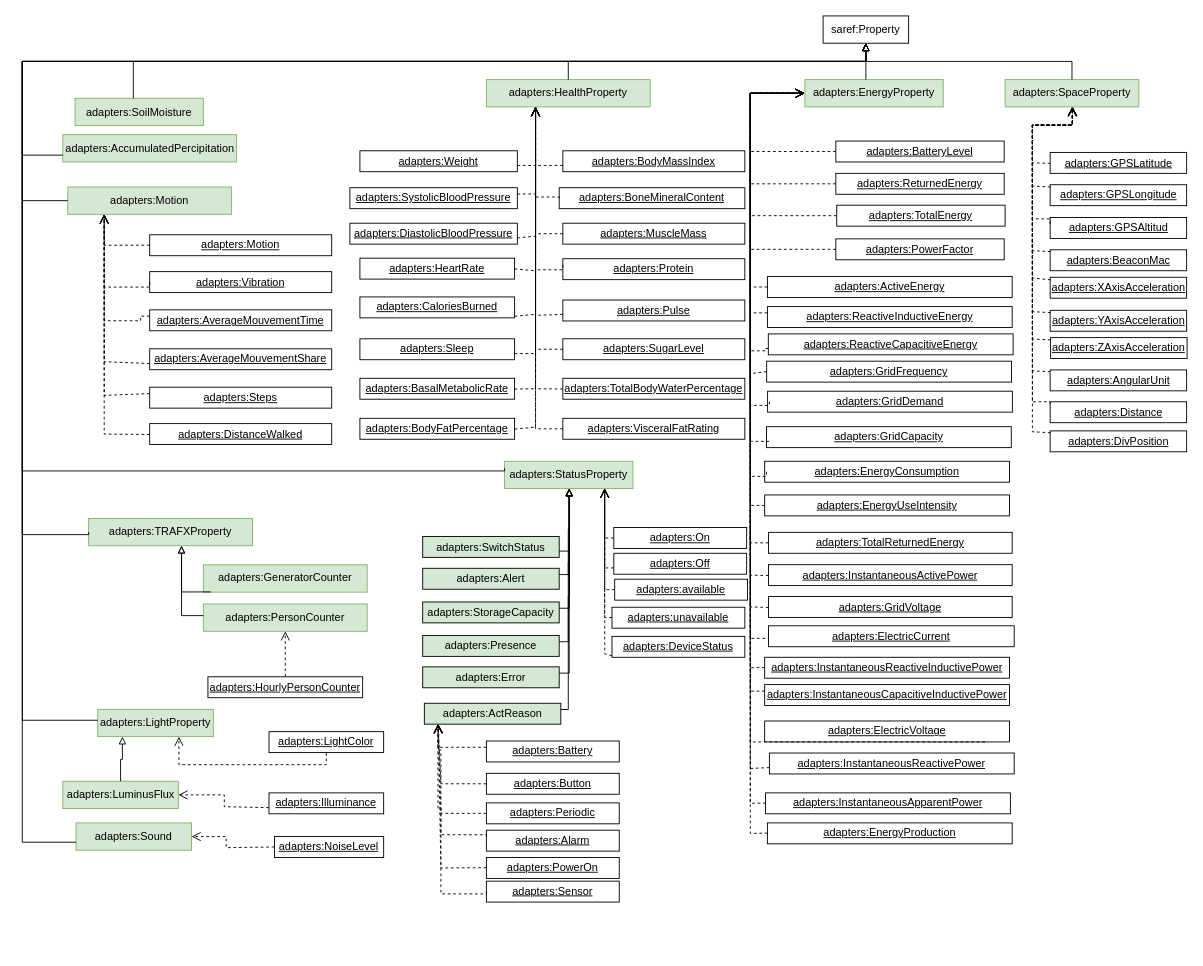
The draw.io diagram Diagrams/properties.drawio in oeg-upm/auroral-adapters-ontology, before the edit. Source tidied: cells renumbered, new cells numbered last; positions are measured from the earlier drawing's top-left corner, leaving out a move shared by most shapes. Both pictures are drawn from the tidied source at 91%, with x=0, y=0 at pixel (22, 15).
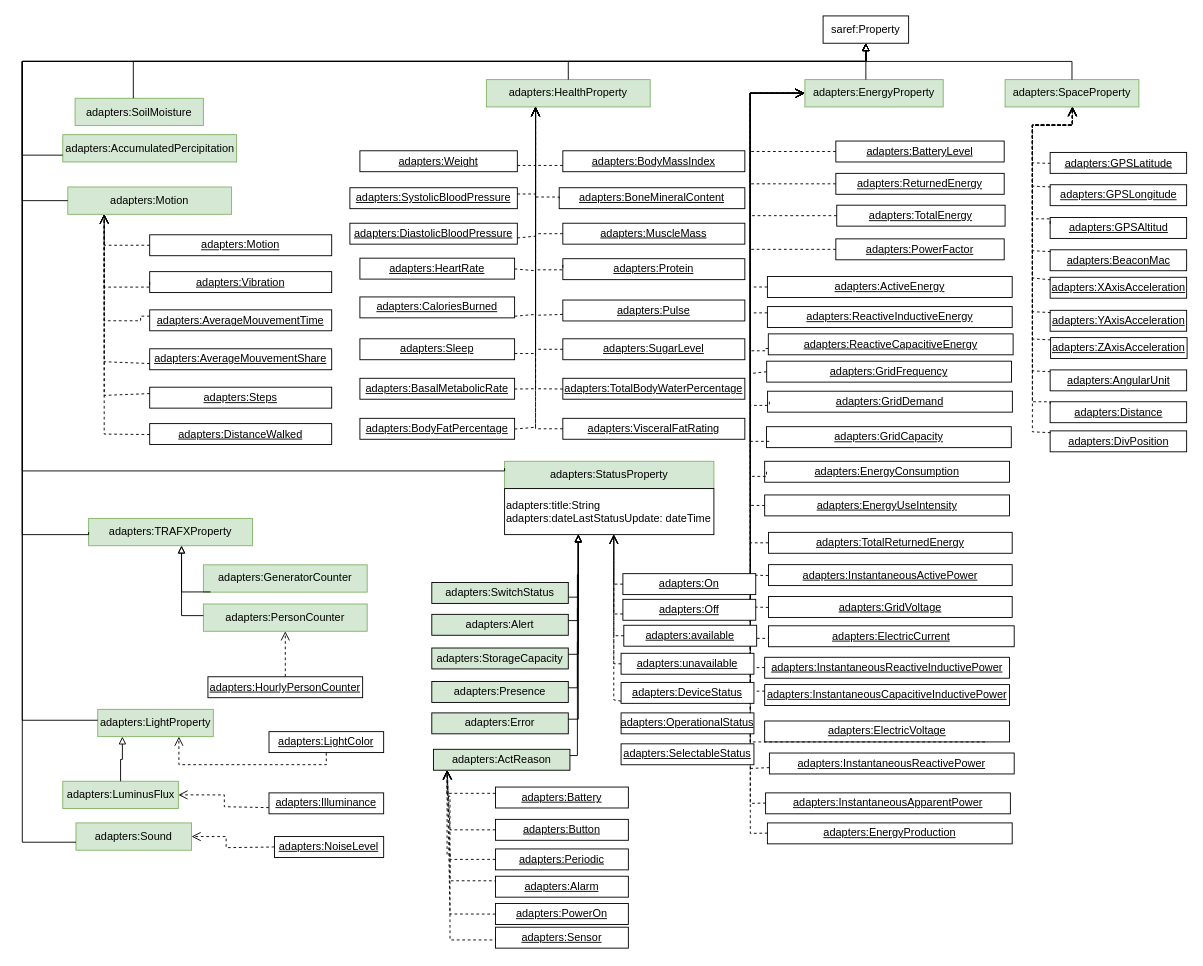
The same page after the edit.

What changed in the source:
```diff
@@
     <mxCell id="6" value="adapters:StatusProperty" style="rounded=0;whiteSpace=wrap;html=1;fillColor=#D5E8D4;strokeColor=#82b366;" parent="1" vertex="1">
-      <mxGeometry x="530" y="489.4" width="141" height="30" as="geometry" />
+      <mxGeometry x="530" y="489.4" width="230" height="30" as="geometry" />
     </mxCell>
@@
     <mxCell id="104" value="adapters:SwitchStatus" style="rounded=0;whiteSpace=wrap;html=1;snapToPoint=1;points=[[0.1,0],[0.2,0],[0.3,0],[0.4,0],[0.5,0],[0.6,0],[0.7,0],[0.8,0],[0.9,0],[0,0.1],[0,0.3],[0,0.5],[0,0.7],[0,0.9],[0.1,1],[0.2,1],[0.3,1],[0.4,1],[0.5,1],[0.6,1],[0.7,1],[0.8,1],[0.9,1],[1,0.1],[1,0.3],[1,0.5],[1,0.7],[1,0.9]];fillColor=#D5E8D4;" parent="1" vertex="1">
-      <mxGeometry x="440" y="572" width="150" height="23" as="geometry" />
+      <mxGeometry x="450" y="622.6" width="150" height="23" as="geometry" />
     </mxCell>
     <mxCell id="105" value="adapters:Alert" style="rounded=0;whiteSpace=wrap;html=1;snapToPoint=1;points=[[0.1,0],[0.2,0],[0.3,0],[0.4,0],[0.5,0],[0.6,0],[0.7,0],[0.8,0],[0.9,0],[0,0.1],[0,0.3],[0,0.5],[0,0.7],[0,0.9],[0.1,1],[0.2,1],[0.3,1],[0.4,1],[0.5,1],[0.6,1],[0.7,1],[0.8,1],[0.9,1],[1,0.1],[1,0.3],[1,0.5],[1,0.7],[1,0.9]];fillColor=#D5E8D4;" parent="1" vertex="1">
-      <mxGeometry x="440" y="607" width="150" height="23" as="geometry" />
+      <mxGeometry x="450" y="657.6" width="150" height="23" as="geometry" />
     </mxCell>
     <mxCell id="106" value="adapters:StorageCapacity" style="rounded=0;whiteSpace=wrap;html=1;snapToPoint=1;points=[[0.1,0],[0.2,0],[0.3,0],[0.4,0],[0.5,0],[0.6,0],[0.7,0],[0.8,0],[0.9,0],[0,0.1],[0,0.3],[0,0.5],[0,0.7],[0,0.9],[0.1,1],[0.2,1],[0.3,1],[0.4,1],[0.5,1],[0.6,1],[0.7,1],[0.8,1],[0.9,1],[1,0.1],[1,0.3],[1,0.5],[1,0.7],[1,0.9]];fillColor=#D5E8D4;" parent="1" vertex="1">
-      <mxGeometry x="440" y="644" width="150" height="23" as="geometry" />
+      <mxGeometry x="450" y="694.6" width="150" height="23" as="geometry" />
     </mxCell>
     <mxCell id="107" value="adapters:Presence" style="rounded=0;whiteSpace=wrap;html=1;snapToPoint=1;points=[[0.1,0],[0.2,0],[0.3,0],[0.4,0],[0.5,0],[0.6,0],[0.7,0],[0.8,0],[0.9,0],[0,0.1],[0,0.3],[0,0.5],[0,0.7],[0,0.9],[0.1,1],[0.2,1],[0.3,1],[0.4,1],[0.5,1],[0.6,1],[0.7,1],[0.8,1],[0.9,1],[1,0.1],[1,0.3],[1,0.5],[1,0.7],[1,0.9]];fillColor=#D5E8D4;" parent="1" vertex="1">
-      <mxGeometry x="440" y="680.8" width="150" height="23" as="geometry" />
+      <mxGeometry x="450" y="731.4" width="150" height="23" as="geometry" />
     </mxCell>
-    <mxCell id="108" style="edgeStyle=orthogonalEdgeStyle;rounded=0;jettySize=auto;html=1;fontSize=11;endArrow=block;endFill=0;exitX=1;exitY=0.7;exitDx=0;exitDy=0;" parent="1" edge="1" source="104" target="6">
+    <mxCell id="108" style="edgeStyle=orthogonalEdgeStyle;rounded=0;jettySize=auto;html=1;fontSize=11;endArrow=block;endFill=0;exitX=1;exitY=0.7;exitDx=0;exitDy=0;" parent="1" edge="1" source="104">
       <mxGeometry relative="1" as="geometry">
+        <mxPoint x="611" y="570" as="targetPoint" />
         <Array as="points">
-          <mxPoint x="601" y="588.4" />
+          <mxPoint x="611" y="639" />
         </Array>
       </mxGeometry>
     </mxCell>
-    <mxCell id="109" style="edgeStyle=orthogonalEdgeStyle;rounded=0;jettySize=auto;html=1;fontSize=11;endArrow=block;endFill=0;exitX=1;exitY=0.3;exitDx=0;exitDy=0;" parent="1" edge="1" source="105" target="6">
+    <mxCell id="109" style="edgeStyle=orthogonalEdgeStyle;rounded=0;jettySize=auto;html=1;fontSize=11;endArrow=block;endFill=0;exitX=1;exitY=0.3;exitDx=0;exitDy=0;" parent="1" edge="1" source="105">
       <mxGeometry relative="1" as="geometry">
+        <mxPoint x="611" y="570" as="targetPoint" />
         <Array as="points">
-          <mxPoint x="600" y="614.4" />
-          <mxPoint x="600" y="563.4" />
-          <mxPoint x="601" y="563.4" />
+          <mxPoint x="610" y="665" />
+          <mxPoint x="610" y="614" />
+          <mxPoint x="611" y="614" />
         </Array>
       </mxGeometry>
     </mxCell>
-    <mxCell id="110" style="edgeStyle=orthogonalEdgeStyle;rounded=0;jettySize=auto;html=1;fontSize=11;endArrow=block;endFill=0;exitX=1;exitY=0.3;exitDx=0;exitDy=0;" parent="1" edge="1" source="106" target="6">
+    <mxCell id="110" style="edgeStyle=orthogonalEdgeStyle;rounded=0;jettySize=auto;html=1;fontSize=11;endArrow=block;endFill=0;exitX=1;exitY=0.3;exitDx=0;exitDy=0;" parent="1" edge="1" source="106">
       <mxGeometry relative="1" as="geometry">
+        <mxPoint x="611" y="570" as="targetPoint" />
         <Array as="points">
-          <mxPoint x="601" y="651.4" />
+          <mxPoint x="611" y="702" />
         </Array>
       </mxGeometry>
     </mxCell>
-    <mxCell id="111" style="edgeStyle=orthogonalEdgeStyle;rounded=0;jettySize=auto;html=1;fontSize=11;endArrow=block;endFill=0;exitX=1;exitY=0.3;exitDx=0;exitDy=0;" parent="1" edge="1" source="107" target="6">
+    <mxCell id="111" style="edgeStyle=orthogonalEdgeStyle;rounded=0;jettySize=auto;html=1;fontSize=11;endArrow=block;endFill=0;exitX=1;exitY=0.3;exitDx=0;exitDy=0;" parent="1" edge="1" source="107">
       <mxGeometry relative="1" as="geometry">
+        <mxPoint x="611" y="570" as="targetPoint" />
         <Array as="points">
-          <mxPoint x="600" y="687.4" />
-          <mxPoint x="600" y="600.4" />
-          <mxPoint x="601" y="600.4" />
+          <mxPoint x="610" y="738" />
+          <mxPoint x="610" y="651" />
+          <mxPoint x="611" y="651" />
         </Array>
       </mxGeometry>
     </mxCell>
     <mxCell id="112" value="adapters:Error" style="rounded=0;whiteSpace=wrap;html=1;snapToPoint=1;points=[[0.1,0],[0.2,0],[0.3,0],[0.4,0],[0.5,0],[0.6,0],[0.7,0],[0.8,0],[0.9,0],[0,0.1],[0,0.3],[0,0.5],[0,0.7],[0,0.9],[0.1,1],[0.2,1],[0.3,1],[0.4,1],[0.5,1],[0.6,1],[0.7,1],[0.8,1],[0.9,1],[1,0.1],[1,0.3],[1,0.5],[1,0.7],[1,0.9]];fillColor=#D5E8D4;" parent="1" vertex="1">
-      <mxGeometry x="440" y="715.3" width="150" height="23" as="geometry" />
+      <mxGeometry x="450" y="765.9" width="150" height="23" as="geometry" />
     </mxCell>
-    <mxCell id="113" style="edgeStyle=orthogonalEdgeStyle;rounded=0;jettySize=auto;html=1;fontSize=11;endArrow=block;endFill=0;exitX=1;exitY=0.3;exitDx=0;exitDy=0;" parent="1" edge="1" source="112" target="6">
+    <mxCell id="113" style="edgeStyle=orthogonalEdgeStyle;rounded=0;jettySize=auto;html=1;fontSize=11;endArrow=block;endFill=0;exitX=1;exitY=0.3;exitDx=0;exitDy=0;" parent="1" edge="1" source="112">
       <mxGeometry relative="1" as="geometry">
+        <mxPoint x="611" y="570" as="targetPoint" />
         <Array as="points">
-          <mxPoint x="601" y="722.4" />
+          <mxPoint x="611" y="773" />
         </Array>
       </mxGeometry>
     </mxCell>
     <mxCell id="114" value="adapters:ActReason" style="rounded=0;whiteSpace=wrap;html=1;snapToPoint=1;points=[[0.1,0],[0.2,0],[0.3,0],[0.4,0],[0.5,0],[0.6,0],[0.7,0],[0.8,0],[0.9,0],[0,0.1],[0,0.3],[0,0.5],[0,0.7],[0,0.9],[0.1,1],[0.2,1],[0.3,1],[0.4,1],[0.5,1],[0.6,1],[0.7,1],[0.8,1],[0.9,1],[1,0.1],[1,0.3],[1,0.5],[1,0.7],[1,0.9]];fillColor=#D5E8D4;" parent="1" vertex="1">
-      <mxGeometry x="441.8" y="755.3" width="150" height="23" as="geometry" />
+      <mxGeometry x="451.8" y="805.9" width="150" height="23" as="geometry" />
     </mxCell>
-    <mxCell id="115" style="edgeStyle=orthogonalEdgeStyle;rounded=0;jettySize=auto;html=1;fontSize=11;endArrow=block;endFill=0;exitX=1;exitY=0.3;exitDx=0;exitDy=0;" parent="1" edge="1" source="114" target="6">
+    <mxCell id="115" style="edgeStyle=orthogonalEdgeStyle;rounded=0;jettySize=auto;html=1;fontSize=11;endArrow=block;endFill=0;exitX=1;exitY=0.3;exitDx=0;exitDy=0;" parent="1" edge="1" source="114">
       <mxGeometry relative="1" as="geometry">
+        <mxPoint x="611" y="570" as="targetPoint" />
         <Array as="points">
-          <mxPoint x="600" y="762.4" />
-          <mxPoint x="600" y="637.4" />
-          <mxPoint x="601" y="637.4" />
+          <mxPoint x="610" y="813" />
+          <mxPoint x="610" y="688" />
+          <mxPoint x="611" y="688" />
         </Array>
       </mxGeometry>
     </mxCell>
     <mxCell id="116" value="&lt;u&gt;adapters:Battery&lt;/u&gt;" style="rounded=0;whiteSpace=wrap;html=1;snapToPoint=1;points=[[0.1,0],[0.2,0],[0.3,0],[0.4,0],[0.5,0],[0.6,0],[0.7,0],[0.8,0],[0.9,0],[0,0.1],[0,0.3],[0,0.5],[0,0.7],[0,0.9],[0.1,1],[0.2,1],[0.3,1],[0.4,1],[0.5,1],[0.6,1],[0.7,1],[0.8,1],[0.9,1],[1,0.1],[1,0.3],[1,0.5],[1,0.7],[1,0.9]];" parent="1" vertex="1">
-      <mxGeometry x="510" y="796.8" width="146" height="23" as="geometry" />
+      <mxGeometry x="520" y="847.4" width="146" height="23" as="geometry" />
     </mxCell>
     <mxCell id="117" value="&lt;u&gt;adapters:Button&lt;/u&gt;" style="rounded=0;whiteSpace=wrap;html=1;snapToPoint=1;points=[[0.1,0],[0.2,0],[0.3,0],[0.4,0],[0.5,0],[0.6,0],[0.7,0],[0.8,0],[0.9,0],[0,0.1],[0,0.3],[0,0.5],[0,0.7],[0,0.9],[0.1,1],[0.2,1],[0.3,1],[0.4,1],[0.5,1],[0.6,1],[0.7,1],[0.8,1],[0.9,1],[1,0.1],[1,0.3],[1,0.5],[1,0.7],[1,0.9]];" parent="1" vertex="1">
-      <mxGeometry x="510" y="832.3" width="146" height="23" as="geometry" />
+      <mxGeometry x="520" y="882.9" width="146" height="23" as="geometry" />
     </mxCell>
     <mxCell id="118" value="&lt;u&gt;adapters:Periodic&lt;/u&gt;" style="rounded=0;whiteSpace=wrap;html=1;snapToPoint=1;points=[[0.1,0],[0.2,0],[0.3,0],[0.4,0],[0.5,0],[0.6,0],[0.7,0],[0.8,0],[0.9,0],[0,0.1],[0,0.3],[0,0.5],[0,0.7],[0,0.9],[0.1,1],[0.2,1],[0.3,1],[0.4,1],[0.5,1],[0.6,1],[0.7,1],[0.8,1],[0.9,1],[1,0.1],[1,0.3],[1,0.5],[1,0.7],[1,0.9]];" parent="1" vertex="1">
-      <mxGeometry x="510" y="864.8" width="146" height="23" as="geometry" />
+      <mxGeometry x="520" y="915.4" width="146" height="23" as="geometry" />
     </mxCell>
     <mxCell id="119" value="&lt;u&gt;adapters:Alarm&lt;/u&gt;" style="rounded=0;whiteSpace=wrap;html=1;snapToPoint=1;points=[[0.1,0],[0.2,0],[0.3,0],[0.4,0],[0.5,0],[0.6,0],[0.7,0],[0.8,0],[0.9,0],[0,0.1],[0,0.3],[0,0.5],[0,0.7],[0,0.9],[0.1,1],[0.2,1],[0.3,1],[0.4,1],[0.5,1],[0.6,1],[0.7,1],[0.8,1],[0.9,1],[1,0.1],[1,0.3],[1,0.5],[1,0.7],[1,0.9]];" parent="1" vertex="1">
-      <mxGeometry x="510" y="894.8" width="146" height="23" as="geometry" />
+      <mxGeometry x="520" y="945.4" width="146" height="23" as="geometry" />
     </mxCell>
     <mxCell id="120" value="&lt;u&gt;adapters:PowerOn&lt;/u&gt;" style="rounded=0;whiteSpace=wrap;html=1;snapToPoint=1;points=[[0.1,0],[0.2,0],[0.3,0],[0.4,0],[0.5,0],[0.6,0],[0.7,0],[0.8,0],[0.9,0],[0,0.1],[0,0.3],[0,0.5],[0,0.7],[0,0.9],[0.1,1],[0.2,1],[0.3,1],[0.4,1],[0.5,1],[0.6,1],[0.7,1],[0.8,1],[0.9,1],[1,0.1],[1,0.3],[1,0.5],[1,0.7],[1,0.9]];" parent="1" vertex="1">
-      <mxGeometry x="510" y="924.8" width="146" height="23" as="geometry" />
+      <mxGeometry x="520" y="975.4" width="146" height="23" as="geometry" />
     </mxCell>
     <mxCell id="121" value="&lt;u&gt;adapters:Sensor&lt;/u&gt;" style="rounded=0;whiteSpace=wrap;html=1;snapToPoint=1;points=[[0.1,0],[0.2,0],[0.3,0],[0.4,0],[0.5,0],[0.6,0],[0.7,0],[0.8,0],[0.9,0],[0,0.1],[0,0.3],[0,0.5],[0,0.7],[0,0.9],[0.1,1],[0.2,1],[0.3,1],[0.4,1],[0.5,1],[0.6,1],[0.7,1],[0.8,1],[0.9,1],[1,0.1],[1,0.3],[1,0.5],[1,0.7],[1,0.9]];" parent="1" vertex="1">
-      <mxGeometry x="510" y="950.8" width="146" height="23" as="geometry" />
+      <mxGeometry x="520" y="1001.4" width="146" height="23" as="geometry" />
     </mxCell>
     <mxCell id="122" style="endArrow=open;html=1;fontColor=#000099;endFill=0;dashed=1;endSize=8;exitX=0;exitY=0.3;exitDx=0;exitDy=0;edgeStyle=orthogonalEdgeStyle;arcSize=0;entryX=0.1;entryY=1;entryDx=0;entryDy=0;" parent="1" edge="1" source="116" target="114">
       <mxGeometry relative="1" as="geometry">
         <Array as="points">
-          <mxPoint x="457" y="803.8" />
+          <mxPoint x="467" y="854.4" />
         </Array>
       </mxGeometry>
     </mxCell>
     <mxCell id="123" style="endArrow=open;html=1;fontColor=#000099;endFill=0;dashed=1;endSize=8;exitX=0;exitY=0.5;exitDx=0;exitDy=0;edgeStyle=orthogonalEdgeStyle;arcSize=0;" parent="1" edge="1" source="117" target="114">
       <mxGeometry relative="1" as="geometry">
         <Array as="points">
-          <mxPoint x="460" y="843.8" />
+          <mxPoint x="470" y="894.4" />
         </Array>
       </mxGeometry>
     </mxCell>
     <mxCell id="124" style="endArrow=open;html=1;fontColor=#000099;endFill=0;dashed=1;endSize=8;exitX=0;exitY=0.5;exitDx=0;exitDy=0;edgeStyle=orthogonalEdgeStyle;arcSize=0;" parent="1" edge="1" source="118" target="114">
       <mxGeometry relative="1" as="geometry">
         <Array as="points">
-          <mxPoint x="460" y="876.8" />
+          <mxPoint x="470" y="927.4" />
         </Array>
       </mxGeometry>
     </mxCell>
     <mxCell id="125" style="endArrow=open;html=1;fontColor=#000099;endFill=0;dashed=1;endSize=8;edgeStyle=orthogonalEdgeStyle;arcSize=0;" parent="1" edge="1" source="120" target="114">
       <mxGeometry relative="1" as="geometry">
         <Array as="points">
-          <mxPoint x="460" y="936.8" />
+          <mxPoint x="470" y="987.4" />
         </Array>
       </mxGeometry>
     </mxCell>
     <mxCell id="126" style="endArrow=open;html=1;fontColor=#000099;endFill=0;dashed=1;endSize=8;edgeStyle=orthogonalEdgeStyle;arcSize=0;exitX=0;exitY=0.5;exitDx=0;exitDy=0;entryX=0.1;entryY=1;entryDx=0;entryDy=0;" parent="1" edge="1" source="121" target="114">
       <mxGeometry relative="1" as="geometry">
         <Array as="points">
-          <mxPoint x="510" y="964.8" />
-          <mxPoint x="460" y="964.8" />
-          <mxPoint x="460" y="806.8" />
-          <mxPoint x="457" y="806.8" />
+          <mxPoint x="520" y="1015.4" />
+          <mxPoint x="470" y="1015.4" />
+          <mxPoint x="470" y="857.4" />
+          <mxPoint x="467" y="857.4" />
         </Array>
       </mxGeometry>
     </mxCell>
     <mxCell id="127" style="endArrow=open;html=1;fontColor=#000099;endFill=0;dashed=1;endSize=8;exitX=0;exitY=0.3;exitDx=0;exitDy=0;edgeStyle=orthogonalEdgeStyle;arcSize=0;entryX=0.1;entryY=1;entryDx=0;entryDy=0;" parent="1" edge="1" source="119" target="114">
       <mxGeometry relative="1" as="geometry">
         <Array as="points">
-          <mxPoint x="510" y="899.8" />
-          <mxPoint x="460" y="899.8" />
-          <mxPoint x="460" y="870.8" />
-          <mxPoint x="457" y="870.8" />
+          <mxPoint x="520" y="950.4" />
+          <mxPoint x="470" y="950.4" />
+          <mxPoint x="470" y="921.4" />
+          <mxPoint x="467" y="921.4" />
         </Array>
       </mxGeometry>
     </mxCell>
@@
     <mxCell id="169" value="&lt;u&gt;adapters:Off&lt;/u&gt;" style="rounded=0;whiteSpace=wrap;html=1;snapToPoint=1;points=[[0.1,0],[0.2,0],[0.3,0],[0.4,0],[0.5,0],[0.6,0],[0.7,0],[0.8,0],[0.9,0],[0,0.1],[0,0.3],[0,0.5],[0,0.7],[0,0.9],[0.1,1],[0.2,1],[0.3,1],[0.4,1],[0.5,1],[0.6,1],[0.7,1],[0.8,1],[0.9,1],[1,0.1],[1,0.3],[1,0.5],[1,0.7],[1,0.9]];" parent="1" vertex="1">
-      <mxGeometry x="650" y="590.5" width="146" height="23" as="geometry" />
+      <mxGeometry x="660" y="641.1" width="146" height="23" as="geometry" />
     </mxCell>
     <mxCell id="170" value="&lt;u&gt;adapters:On&lt;/u&gt;" style="rounded=0;whiteSpace=wrap;html=1;snapToPoint=1;points=[[0.1,0],[0.2,0],[0.3,0],[0.4,0],[0.5,0],[0.6,0],[0.7,0],[0.8,0],[0.9,0],[0,0.1],[0,0.3],[0,0.5],[0,0.7],[0,0.9],[0.1,1],[0.2,1],[0.3,1],[0.4,1],[0.5,1],[0.6,1],[0.7,1],[0.8,1],[0.9,1],[1,0.1],[1,0.3],[1,0.5],[1,0.7],[1,0.9]];" parent="1" vertex="1">
-      <mxGeometry x="650" y="562.2" width="146" height="23" as="geometry" />
+      <mxGeometry x="660" y="612.9" width="146" height="23" as="geometry" />
     </mxCell>
     <mxCell id="171" value="&lt;u&gt;adapters:available&lt;/u&gt;" style="rounded=0;whiteSpace=wrap;html=1;snapToPoint=1;points=[[0.1,0],[0.2,0],[0.3,0],[0.4,0],[0.5,0],[0.6,0],[0.7,0],[0.8,0],[0.9,0],[0,0.1],[0,0.3],[0,0.5],[0,0.7],[0,0.9],[0.1,1],[0.2,1],[0.3,1],[0.4,1],[0.5,1],[0.6,1],[0.7,1],[0.8,1],[0.9,1],[1,0.1],[1,0.3],[1,0.5],[1,0.7],[1,0.9]];" parent="1" vertex="1">
-      <mxGeometry x="651" y="619" width="146" height="23" as="geometry" />
+      <mxGeometry x="661" y="669.6" width="146" height="23" as="geometry" />
     </mxCell>
     <mxCell id="172" value="&lt;u&gt;adapters:unavailable&lt;/u&gt;" style="rounded=0;whiteSpace=wrap;html=1;snapToPoint=1;points=[[0.1,0],[0.2,0],[0.3,0],[0.4,0],[0.5,0],[0.6,0],[0.7,0],[0.8,0],[0.9,0],[0,0.1],[0,0.3],[0,0.5],[0,0.7],[0,0.9],[0.1,1],[0.2,1],[0.3,1],[0.4,1],[0.5,1],[0.6,1],[0.7,1],[0.8,1],[0.9,1],[1,0.1],[1,0.3],[1,0.5],[1,0.7],[1,0.9]];" parent="1" vertex="1">
-      <mxGeometry x="648" y="649.8" width="146" height="23" as="geometry" />
+      <mxGeometry x="658" y="700.4" width="146" height="23" as="geometry" />
     </mxCell>
-    <mxCell id="173" style="endArrow=open;html=1;fontColor=#000099;endFill=0;dashed=1;endSize=8;exitX=0;exitY=0.5;exitDx=0;exitDy=0;edgeStyle=orthogonalEdgeStyle;arcSize=0;" parent="1" edge="1" source="170" target="6">
+    <mxCell id="173" style="endArrow=open;html=1;fontColor=#000099;endFill=0;dashed=1;endSize=8;exitX=0;exitY=0.5;exitDx=0;exitDy=0;edgeStyle=orthogonalEdgeStyle;arcSize=0;" parent="1" edge="1" source="170">
       <mxGeometry relative="1" as="geometry">
+        <mxPoint x="650" y="570" as="targetPoint" />
         <Array as="points">
-          <mxPoint x="640" y="574" />
+          <mxPoint x="650" y="624.6" />
         </Array>
       </mxGeometry>
     </mxCell>
-    <mxCell id="174" style="endArrow=open;html=1;fontColor=#000099;endFill=0;dashed=1;endSize=8;exitX=0;exitY=0.7;exitDx=0;exitDy=0;edgeStyle=orthogonalEdgeStyle;arcSize=0;" parent="1" edge="1" source="169" target="6">
+    <mxCell id="174" style="endArrow=open;html=1;fontColor=#000099;endFill=0;dashed=1;endSize=8;exitX=0;exitY=0.7;exitDx=0;exitDy=0;edgeStyle=orthogonalEdgeStyle;arcSize=0;" parent="1" edge="1" source="169">
       <mxGeometry relative="1" as="geometry">
+        <mxPoint x="650" y="570" as="targetPoint" />
         <Array as="points">
-          <mxPoint x="640" y="607" />
+          <mxPoint x="650" y="657.6" />
         </Array>
       </mxGeometry>
     </mxCell>
-    <mxCell id="175" style="endArrow=open;html=1;fontColor=#000099;endFill=0;dashed=1;endSize=8;exitX=0;exitY=0.5;exitDx=0;exitDy=0;edgeStyle=orthogonalEdgeStyle;arcSize=0;" parent="1" edge="1" source="171" target="6">
+    <mxCell id="175" style="endArrow=open;html=1;fontColor=#000099;endFill=0;dashed=1;endSize=8;exitX=0;exitY=0.5;exitDx=0;exitDy=0;edgeStyle=orthogonalEdgeStyle;arcSize=0;" parent="1" edge="1" source="171">
       <mxGeometry relative="1" as="geometry">
+        <mxPoint x="650" y="570" as="targetPoint" />
         <Array as="points">
-          <mxPoint x="640" y="631" />
+          <mxPoint x="650" y="681.6" />
         </Array>
       </mxGeometry>
     </mxCell>
-    <mxCell id="176" style="endArrow=open;html=1;fontColor=#000099;endFill=0;dashed=1;endSize=8;edgeStyle=orthogonalEdgeStyle;arcSize=0;" parent="1" edge="1" source="172" target="6">
+    <mxCell id="176" style="endArrow=open;html=1;fontColor=#000099;endFill=0;dashed=1;endSize=8;edgeStyle=orthogonalEdgeStyle;arcSize=0;" parent="1" edge="1" source="172">
       <mxGeometry relative="1" as="geometry">
+        <mxPoint x="650" y="570" as="targetPoint" />
         <Array as="points">
-          <mxPoint x="640" y="661" />
+          <mxPoint x="650" y="711.6" />
         </Array>
       </mxGeometry>
     </mxCell>
     <mxCell id="177" value="&lt;u&gt;adapters:DeviceStatus&lt;/u&gt;" style="rounded=0;whiteSpace=wrap;html=1;snapToPoint=1;points=[[0.1,0],[0.2,0],[0.3,0],[0.4,0],[0.5,0],[0.6,0],[0.7,0],[0.8,0],[0.9,0],[0,0.1],[0,0.3],[0,0.5],[0,0.7],[0,0.9],[0.1,1],[0.2,1],[0.3,1],[0.4,1],[0.5,1],[0.6,1],[0.7,1],[0.8,1],[0.9,1],[1,0.1],[1,0.3],[1,0.5],[1,0.7],[1,0.9]];" parent="1" vertex="1">
-      <mxGeometry x="648" y="681.8" width="146" height="23" as="geometry" />
+      <mxGeometry x="658" y="732.4" width="146" height="23" as="geometry" />
     </mxCell>
-    <mxCell id="178" style="endArrow=open;html=1;fontColor=#000099;endFill=0;dashed=1;endSize=8;edgeStyle=orthogonalEdgeStyle;arcSize=0;" parent="1" edge="1" source="177" target="6">
+    <mxCell id="178" style="endArrow=open;html=1;fontColor=#000099;endFill=0;dashed=1;endSize=8;edgeStyle=orthogonalEdgeStyle;arcSize=0;" parent="1" edge="1" source="177">
       <mxGeometry relative="1" as="geometry">
+        <mxPoint x="650" y="570" as="targetPoint" />
         <Array as="points">
-          <mxPoint x="640" y="701" />
+          <mxPoint x="650" y="751.6" />
         </Array>
       </mxGeometry>
     </mxCell>
+    <mxCell id="179" value="&lt;u&gt;adapters:SelectableStatus&lt;/u&gt;" style="rounded=0;whiteSpace=wrap;html=1;" parent="1" vertex="1">
+      <mxGeometry x="658" y="799.9" width="146" height="23" as="geometry" />
+    </mxCell>
+    <mxCell id="180" value="&lt;u&gt;adapters:OperationalStatus&lt;/u&gt;" style="rounded=0;whiteSpace=wrap;html=1;" parent="1" vertex="1">
+      <mxGeometry x="658" y="765.9" width="146" height="23" as="geometry" />
+    </mxCell>
+    <mxCell id="181" value="adapters:title:String&lt;br&gt;adapters:dateLastStatusUpdate: dateTime" style="rounded=0;whiteSpace=wrap;html=1;align=left;" parent="1" vertex="1">
+      <mxGeometry x="530" y="519.4" width="230" height="50.6" as="geometry" />
+    </mxCell>
```
